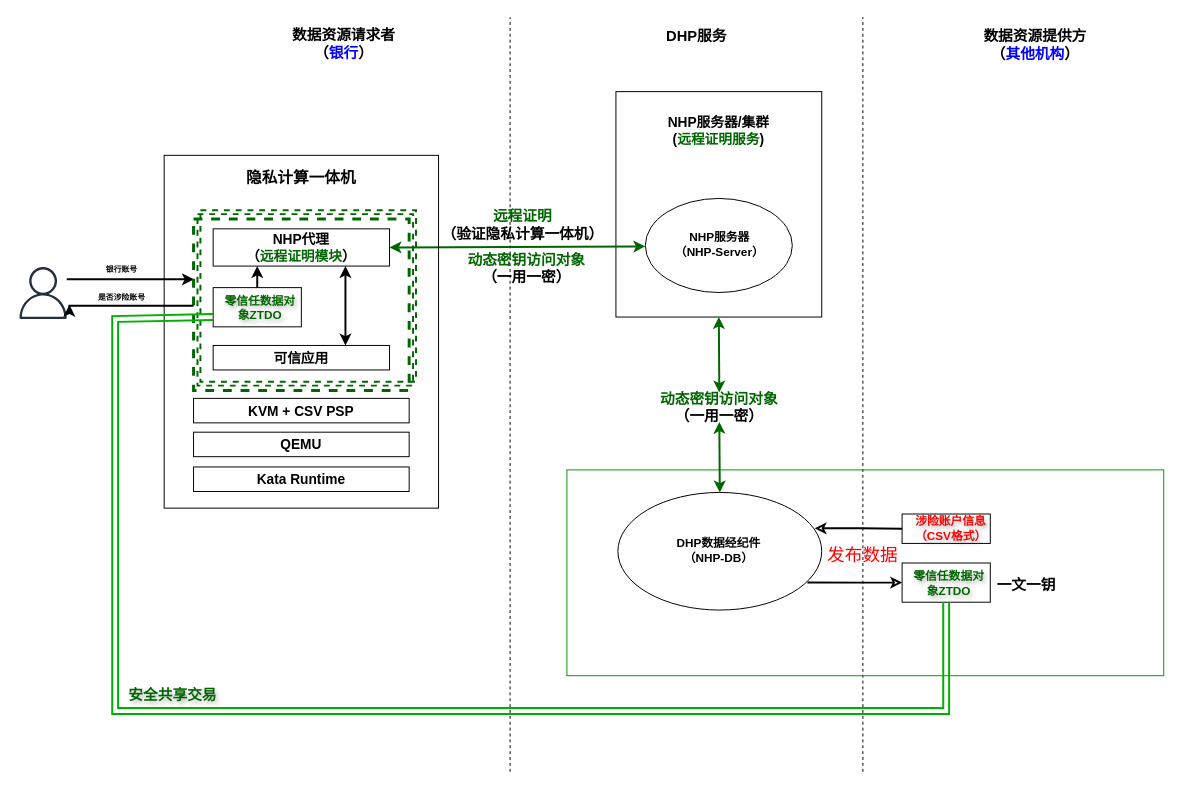
Earlier version of the draw.io diagram page "dhp scenarios EN" (23 of 24) of dhp/OpenDHP.drawio (wenhulove333/opendhp). Source tidied: cells renumbered, new cells numbered last; positions are measured from the earlier drawing's top-left corner, leaving out a move shared by most shapes. Both pictures are drawn from the tidied source at 98%, with x=0, y=0 at pixel (17, 17).
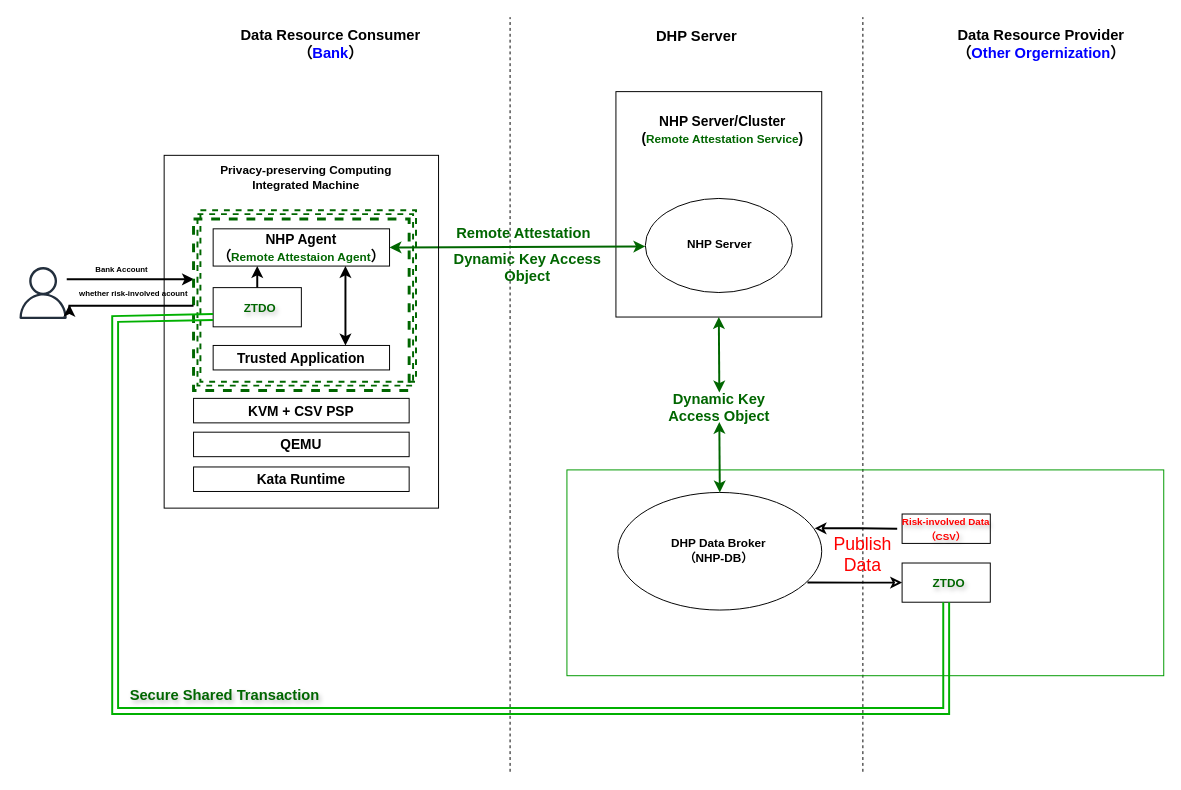
The same diagram, later.

The change refers to these unchanged cells:
```xml
<mxCell id="14" style="group;textShadow=1;fontColor=#006600;" parent="1" vertex="1">
  <mxGeometry x="903" y="557" width="90" height="40" as="geometry" />
</mxCell>
<mxCell id="37" style="group;textShadow=1;fontColor=#006600;" parent="1" vertex="1">
  <mxGeometry x="200" y="276" width="90" height="40" as="geometry" />
</mxCell>
```

Diff of the diagram source:
```diff
@@
-    <mxCell id="2" value="&lt;b&gt;数据资源请求者&lt;/b&gt;&lt;div&gt;&lt;b&gt;（&lt;font style=&quot;color: rgb(0, 0, 255);&quot;&gt;银行&lt;/font&gt;）&lt;/b&gt;&lt;/div&gt;" style="text;html=1;align=center;verticalAlign=middle;whiteSpace=wrap;rounded=0;fontSize=15;" parent="1" vertex="1">
-      <mxGeometry x="270" y="12" width="127" height="30" as="geometry" />
+    <mxCell id="2" value="&lt;b&gt;Data Resource Consumer&lt;/b&gt;&lt;div&gt;&lt;b&gt;（&lt;font color=&quot;#0000ff&quot;&gt;Bank&lt;/font&gt;）&lt;/b&gt;&lt;/div&gt;" style="text;html=1;align=center;verticalAlign=middle;whiteSpace=wrap;rounded=0;fontSize=15;" parent="1" vertex="1">
+      <mxGeometry x="210" y="12" width="220" height="30" as="geometry" />
     </mxCell>
@@
-    <mxCell id="5" value="&lt;b&gt;NHP服务器/集群&lt;/b&gt;&lt;div&gt;&lt;b&gt;(&lt;/b&gt;&lt;b style=&quot;background-color: transparent; color: light-dark(rgb(0, 0, 0), rgb(255, 255, 255)); font-size: 12px;&quot;&gt;&lt;font style=&quot;font-size: 14px;&quot;&gt;&lt;font style=&quot;color: rgb(0, 102, 0);&quot;&gt;远程证明服务&lt;/font&gt;&lt;/font&gt;&lt;/b&gt;&lt;b style=&quot;background-color: transparent; color: light-dark(rgb(0, 0, 0), rgb(255, 255, 255));&quot;&gt;)&lt;/b&gt;&lt;/div&gt;" style="text;html=1;align=center;verticalAlign=middle;whiteSpace=wrap;rounded=0;fontSize=14;" parent="1" vertex="1">
-      <mxGeometry x="661" y="101" width="110" height="30" as="geometry" />
+    <mxCell id="5" value="&lt;b&gt;NHP Server/Cluster&lt;/b&gt;&lt;div&gt;&lt;b&gt;(&lt;/b&gt;&lt;b style=&quot;background-color: transparent; color: light-dark(rgb(0, 0, 0), rgb(255, 255, 255));&quot;&gt;&lt;font style=&quot;&quot;&gt;&lt;font style=&quot;color: rgb(0, 102, 0); font-size: 12px;&quot;&gt;Remote Attestation Service&lt;/font&gt;&lt;/font&gt;&lt;/b&gt;&lt;b style=&quot;background-color: transparent; color: light-dark(rgb(0, 0, 0), rgb(255, 255, 255));&quot;&gt;)&lt;/b&gt;&lt;/div&gt;" style="text;html=1;align=center;verticalAlign=middle;whiteSpace=wrap;rounded=0;fontSize=14;" parent="1" vertex="1">
+      <mxGeometry x="620" y="100" width="200" height="30" as="geometry" />
     </mxCell>
@@
-    <mxCell id="7" value="&lt;b&gt;NHP服务器&lt;/b&gt;&lt;div&gt;&lt;b&gt;（NHP-Server）&lt;/b&gt;&lt;/div&gt;" style="text;html=1;align=center;verticalAlign=middle;whiteSpace=wrap;rounded=0;" parent="1" vertex="1">
+    <mxCell id="7" value="&lt;b&gt;NHP Server&lt;/b&gt;" style="text;html=1;align=center;verticalAlign=middle;whiteSpace=wrap;rounded=0;" parent="1" vertex="1">
       <mxGeometry x="656.5" y="217" width="120" height="30" as="geometry" />
     </mxCell>
@@
-    <mxCell id="13" value="&lt;b&gt;DHP数据经纪件&lt;/b&gt;&lt;div&gt;&lt;b&gt;（NHP-DB）&lt;/b&gt;&lt;/div&gt;" style="text;html=1;align=center;verticalAlign=middle;whiteSpace=wrap;rounded=0;" parent="1" vertex="1">
+    <mxCell id="13" value="&lt;b&gt;DHP Data Broker&lt;/b&gt;&lt;div&gt;&lt;b&gt;（NHP-DB）&lt;/b&gt;&lt;/div&gt;" style="text;html=1;align=center;verticalAlign=middle;whiteSpace=wrap;rounded=0;" parent="1" vertex="1">
       <mxGeometry x="656" y="524" width="120" height="39" as="geometry" />
     </mxCell>
@@
-    <mxCell id="16" value="&lt;b&gt;零信任数据对象ZTDO&lt;/b&gt;" style="text;html=1;align=center;verticalAlign=middle;whiteSpace=wrap;rounded=0;textShadow=1;fontColor=#006600;" parent="14" vertex="1">
+    <mxCell id="16" value="&lt;b&gt;ZTDO&lt;/b&gt;" style="text;html=1;align=center;verticalAlign=middle;whiteSpace=wrap;rounded=0;textShadow=1;fontColor=#006600;" parent="14" vertex="1">
       <mxGeometry x="6" y="9" width="84" height="24" as="geometry" />
     </mxCell>
@@
-    <mxCell id="19" value="&lt;b&gt;数据资源提供方&lt;/b&gt;&lt;div&gt;&lt;b&gt;（&lt;font color=&quot;#0000ff&quot;&gt;其他机构&lt;/font&gt;）&lt;/b&gt;&lt;/div&gt;" style="text;html=1;align=center;verticalAlign=middle;whiteSpace=wrap;rounded=0;fontSize=15;" parent="1" vertex="1">
-      <mxGeometry x="980" y="13" width="118" height="30" as="geometry" />
+    <mxCell id="19" value="&lt;div&gt;&lt;b&gt;Data Resource Provider&lt;/b&gt;&lt;/div&gt;&lt;div&gt;&lt;b&gt;（&lt;font color=&quot;#0000ff&quot;&gt;Other Orgernization&lt;/font&gt;）&lt;/b&gt;&lt;/div&gt;" style="text;html=1;align=center;verticalAlign=middle;whiteSpace=wrap;rounded=0;fontSize=15;" parent="1" vertex="1">
+      <mxGeometry x="950" y="12" width="190" height="30" as="geometry" />
     </mxCell>
@@
-    <mxCell id="21" value="&lt;b&gt;DHP服务&lt;/b&gt;" style="text;html=1;align=center;verticalAlign=middle;whiteSpace=wrap;rounded=0;fontSize=15;" parent="1" vertex="1">
+    <mxCell id="21" value="&lt;b&gt;DHP Server&lt;/b&gt;" style="text;html=1;align=center;verticalAlign=middle;whiteSpace=wrap;rounded=0;fontSize=15;" parent="1" vertex="1">
       <mxGeometry x="641" y="4" width="105" height="30" as="geometry" />
     </mxCell>
@@
-    <mxCell id="25" value="&lt;b&gt;&lt;font style=&quot;color: light-dark(rgb(255, 0, 0), rgb(237, 237, 237));&quot;&gt;涉险账户信息&lt;/font&gt;&lt;/b&gt;&lt;div&gt;&lt;b&gt;&lt;font style=&quot;color: light-dark(rgb(255, 0, 0), rgb(237, 237, 237));&quot;&gt;（CSV格式）&lt;/font&gt;&lt;/b&gt;&lt;/div&gt;" style="text;html=1;align=center;verticalAlign=middle;whiteSpace=wrap;rounded=0;textShadow=1;" parent="1" vertex="1">
-      <mxGeometry x="903" y="510" width="100" height="24" as="geometry" />
+    <mxCell id="25" value="&lt;b&gt;&lt;font style=&quot;color: light-dark(rgb(255, 0, 0), rgb(237, 237, 237)); font-size: 10px;&quot;&gt;Risk-involved Data&lt;/font&gt;&lt;/b&gt;&lt;div&gt;&lt;b&gt;&lt;font style=&quot;color: light-dark(rgb(255, 0, 0), rgb(237, 237, 237)); font-size: 10px;&quot;&gt;（CSV）&lt;/font&gt;&lt;/b&gt;&lt;/div&gt;" style="text;html=1;align=center;verticalAlign=middle;whiteSpace=wrap;rounded=0;textShadow=1;" parent="1" vertex="1">
+      <mxGeometry x="898" y="510" width="100" height="24" as="geometry" />
     </mxCell>
@@
-    <mxCell id="33" value="&lt;span style=&quot;font-size: 16px;&quot;&gt;&lt;b&gt;隐私计算一体机&lt;/b&gt;&lt;/span&gt;" style="text;html=1;align=center;verticalAlign=middle;whiteSpace=wrap;rounded=0;" parent="1" vertex="1">
-      <mxGeometry x="220" y="149" width="140" height="30" as="geometry" />
+    <mxCell id="33" value="&lt;b style=&quot;&quot;&gt;&lt;font style=&quot;font-size: 12px;&quot;&gt;Privacy-preserving Computing Integrated Machine&lt;/font&gt;&lt;/b&gt;" style="text;html=1;align=center;verticalAlign=middle;whiteSpace=wrap;rounded=0;" parent="1" vertex="1">
+      <mxGeometry x="190" y="149" width="210" height="30" as="geometry" />
     </mxCell>
-    <mxCell id="34" value="&lt;b&gt;&lt;font style=&quot;font-size: 14px;&quot;&gt;NHP代理&lt;/font&gt;&lt;/b&gt;&lt;div&gt;&lt;b&gt;&lt;font style=&quot;font-size: 14px;&quot;&gt;（&lt;font style=&quot;color: rgb(0, 102, 0);&quot;&gt;远程证明模块&lt;/font&gt;）&lt;/font&gt;&lt;/b&gt;&lt;/div&gt;" style="rounded=0;whiteSpace=wrap;html=1;fillColor=none;" parent="1" vertex="1">
+    <mxCell id="34" value="&lt;b&gt;&lt;font style=&quot;font-size: 14px;&quot;&gt;NHP Agent&lt;/font&gt;&lt;/b&gt;&lt;div&gt;&lt;b&gt;&lt;font style=&quot;&quot;&gt;&lt;span style=&quot;font-size: 14px;&quot;&gt;（&lt;/span&gt;&lt;font style=&quot;color: rgb(0, 102, 0); font-size: 12px;&quot;&gt;Remote Attestaion Agent&lt;/font&gt;&lt;span style=&quot;font-size: 14px;&quot;&gt;）&lt;/span&gt;&lt;/font&gt;&lt;/b&gt;&lt;/div&gt;" style="rounded=0;whiteSpace=wrap;html=1;fillColor=none;" parent="1" vertex="1">
       <mxGeometry x="200" y="216" width="180" height="38" as="geometry" />
     </mxCell>
-    <mxCell id="35" value="&lt;font style=&quot;color: rgb(0, 102, 0);&quot;&gt;&lt;b style=&quot;&quot;&gt;远程证明&lt;/b&gt;&lt;/font&gt;&lt;div&gt;&lt;font&gt;&lt;b style=&quot;&quot;&gt;&lt;font style=&quot;color: rgb(0, 0, 0);&quot;&gt;（验证隐私计算一体机）&lt;/font&gt;&lt;/b&gt;&lt;/font&gt;&lt;/div&gt;" style="text;html=1;align=center;verticalAlign=middle;whiteSpace=wrap;rounded=0;fontSize=15;" parent="1" vertex="1">
-      <mxGeometry x="431" y="197" width="170" height="30" as="geometry" />
+    <mxCell id="35" value="&lt;font color=&quot;#006600&quot;&gt;&lt;b&gt;Remote Attestation&lt;/b&gt;&lt;/font&gt;" style="text;html=1;align=center;verticalAlign=middle;whiteSpace=wrap;rounded=0;fontSize=15;" parent="1" vertex="1">
+      <mxGeometry x="432" y="205" width="170" height="30" as="geometry" />
     </mxCell>
-    <mxCell id="36" value="&lt;font style=&quot;color: rgb(0, 102, 0);&quot;&gt;&lt;b style=&quot;&quot;&gt;动态密钥访问对象&lt;/b&gt;&lt;/font&gt;&lt;div&gt;&lt;font&gt;&lt;b style=&quot;&quot;&gt;&lt;font style=&quot;color: rgb(0, 0, 0);&quot;&gt;（一用一密）&lt;/font&gt;&lt;/b&gt;&lt;/font&gt;&lt;/div&gt;" style="text;html=1;align=center;verticalAlign=middle;whiteSpace=wrap;rounded=0;fontSize=15;" parent="1" vertex="1">
-      <mxGeometry x="456" y="241" width="128" height="30" as="geometry" />
+    <mxCell id="36" value="&lt;font style=&quot;color: rgb(0, 102, 0);&quot;&gt;&lt;b style=&quot;&quot;&gt;Dynamic Key Access Object&lt;/b&gt;&lt;/font&gt;" style="text;html=1;align=center;verticalAlign=middle;whiteSpace=wrap;rounded=0;fontSize=15;" parent="1" vertex="1">
+      <mxGeometry x="441" y="240" width="160" height="30" as="geometry" />
     </mxCell>
@@
-    <mxCell id="39" value="&lt;b&gt;零信任数据对象ZTDO&lt;/b&gt;" style="text;html=1;align=center;verticalAlign=middle;whiteSpace=wrap;rounded=0;textShadow=1;fontColor=#006600;" parent="37" vertex="1">
+    <mxCell id="39" value="&lt;b&gt;ZTDO&lt;/b&gt;" style="text;html=1;align=center;verticalAlign=middle;whiteSpace=wrap;rounded=0;textShadow=1;fontColor=#006600;" parent="37" vertex="1">
       <mxGeometry x="6" y="9" width="84" height="24" as="geometry" />
     </mxCell>
@@
-    <mxCell id="42" value="&lt;font style=&quot;color: rgb(0, 102, 0);&quot;&gt;&lt;b style=&quot;&quot;&gt;动态密钥访问对象&lt;/b&gt;&lt;/font&gt;&lt;div&gt;&lt;font&gt;&lt;b style=&quot;&quot;&gt;&lt;font style=&quot;color: rgb(0, 0, 0);&quot;&gt;（一用一密）&lt;/font&gt;&lt;/b&gt;&lt;/font&gt;&lt;/div&gt;" style="text;html=1;align=center;verticalAlign=middle;whiteSpace=wrap;rounded=0;fontSize=15;" parent="1" vertex="1">
+    <mxCell id="42" value="&lt;b style=&quot;color: rgb(0, 102, 0);&quot;&gt;Dynamic Key Access Object&lt;/b&gt;" style="text;html=1;align=center;verticalAlign=middle;whiteSpace=wrap;rounded=0;fontSize=15;" parent="1" vertex="1">
       <mxGeometry x="650" y="383" width="133" height="30" as="geometry" />
     </mxCell>
-    <mxCell id="43" value="&lt;b&gt;&lt;font style=&quot;font-size: 8px;&quot;&gt;银行账号&lt;/font&gt;&lt;/b&gt;" style="text;html=1;align=center;verticalAlign=middle;whiteSpace=wrap;rounded=0;" parent="1" vertex="1">
+    <mxCell id="43" value="&lt;b&gt;&lt;font style=&quot;font-size: 8px;&quot;&gt;Bank Account&lt;/font&gt;&lt;/b&gt;" style="text;html=1;align=center;verticalAlign=middle;whiteSpace=wrap;rounded=0;" parent="1" vertex="1">
       <mxGeometry x="62" y="242" width="90" height="30" as="geometry" />
     </mxCell>
@@
-    <mxCell id="45" value="&lt;b&gt;&lt;font style=&quot;font-size: 8px;&quot;&gt;是否涉险账号&lt;/font&gt;&lt;/b&gt;" style="text;html=1;align=center;verticalAlign=middle;whiteSpace=wrap;rounded=0;" parent="1" vertex="1">
-      <mxGeometry x="62" y="270" width="90" height="30" as="geometry" />
+    <mxCell id="45" value="&lt;b&gt;&lt;font style=&quot;font-size: 8px;&quot;&gt;whether risk-involved acount&lt;/font&gt;&lt;/b&gt;" style="text;html=1;align=center;verticalAlign=middle;whiteSpace=wrap;rounded=0;" parent="1" vertex="1">
+      <mxGeometry x="58" y="265.5" width="122" height="30" as="geometry" />
     </mxCell>
@@
-    <mxCell id="47" value="&lt;b&gt;&lt;font style=&quot;font-size: 14px;&quot;&gt;可信应用&lt;/font&gt;&lt;/b&gt;" style="rounded=0;whiteSpace=wrap;html=1;fillColor=none;" parent="1" vertex="1">
+    <mxCell id="47" value="&lt;b&gt;&lt;font style=&quot;font-size: 14px;&quot;&gt;Trusted Application&lt;/font&gt;&lt;/b&gt;" style="rounded=0;whiteSpace=wrap;html=1;fillColor=none;" parent="1" vertex="1">
       <mxGeometry x="200" y="335" width="180" height="25" as="geometry" />
     </mxCell>
-    <mxCell id="48" value="&lt;div&gt;&lt;font&gt;&lt;b style=&quot;&quot;&gt;&lt;font style=&quot;color: rgb(0, 0, 0);&quot;&gt;一文一钥&lt;/font&gt;&lt;/b&gt;&lt;/font&gt;&lt;/div&gt;" style="text;html=1;align=center;verticalAlign=middle;whiteSpace=wrap;rounded=0;fontSize=15;" parent="1" vertex="1">
-      <mxGeometry x="980" y="564" width="100" height="30" as="geometry" />
-    </mxCell>
-    <mxCell id="49" value="&lt;font style=&quot;font-size: 18px; color: rgb(255, 0, 0);&quot;&gt;发布数据&lt;/font&gt;" style="text;html=1;align=center;verticalAlign=middle;whiteSpace=wrap;rounded=0;" parent="1" vertex="1">
+    <mxCell id="49" value="&lt;font style=&quot;font-size: 18px; color: rgb(255, 0, 0);&quot;&gt;Publish Data&lt;/font&gt;" style="text;html=1;align=center;verticalAlign=middle;whiteSpace=wrap;rounded=0;" parent="1" vertex="1">
       <mxGeometry x="823" y="534" width="80" height="30" as="geometry" />
     </mxCell>
@@
-    <mxCell id="51" value="&lt;b&gt;安全共享交易&lt;/b&gt;" style="text;html=1;align=center;verticalAlign=middle;whiteSpace=wrap;rounded=0;textShadow=1;fontColor=#006600;fontSize=15;" parent="1" vertex="1">
-      <mxGeometry x="104" y="679" width="110" height="24" as="geometry" />
+    <mxCell id="51" value="&lt;b&gt;Secure Shared Transaction&lt;/b&gt;" style="text;html=1;align=center;verticalAlign=middle;whiteSpace=wrap;rounded=0;textShadow=1;fontColor=#006600;fontSize=15;" parent="1" vertex="1">
+      <mxGeometry x="104" y="679" width="216" height="24" as="geometry" />
     </mxCell>
```
